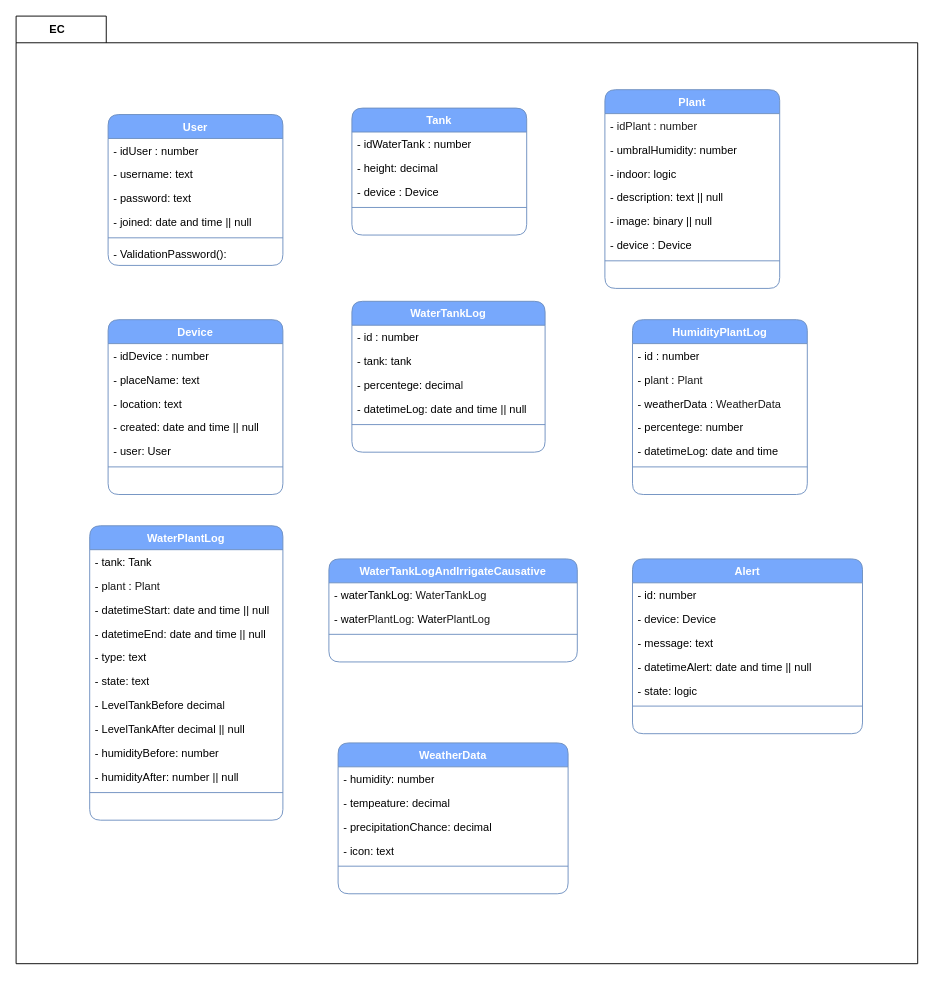
Agustin15/AquaControl keeps this draw.io diagram as Diagramas/ArquitecturaEnCapas.drawio. Above is the earlier version. Source tidied: cells renumbered, new cells numbered last; positions are measured from the earlier drawing's top-left corner, leaving out a move shared by most shapes. Both pictures are drawn from the tidied source at 92%, with x=0, y=0 at pixel (16, 16).
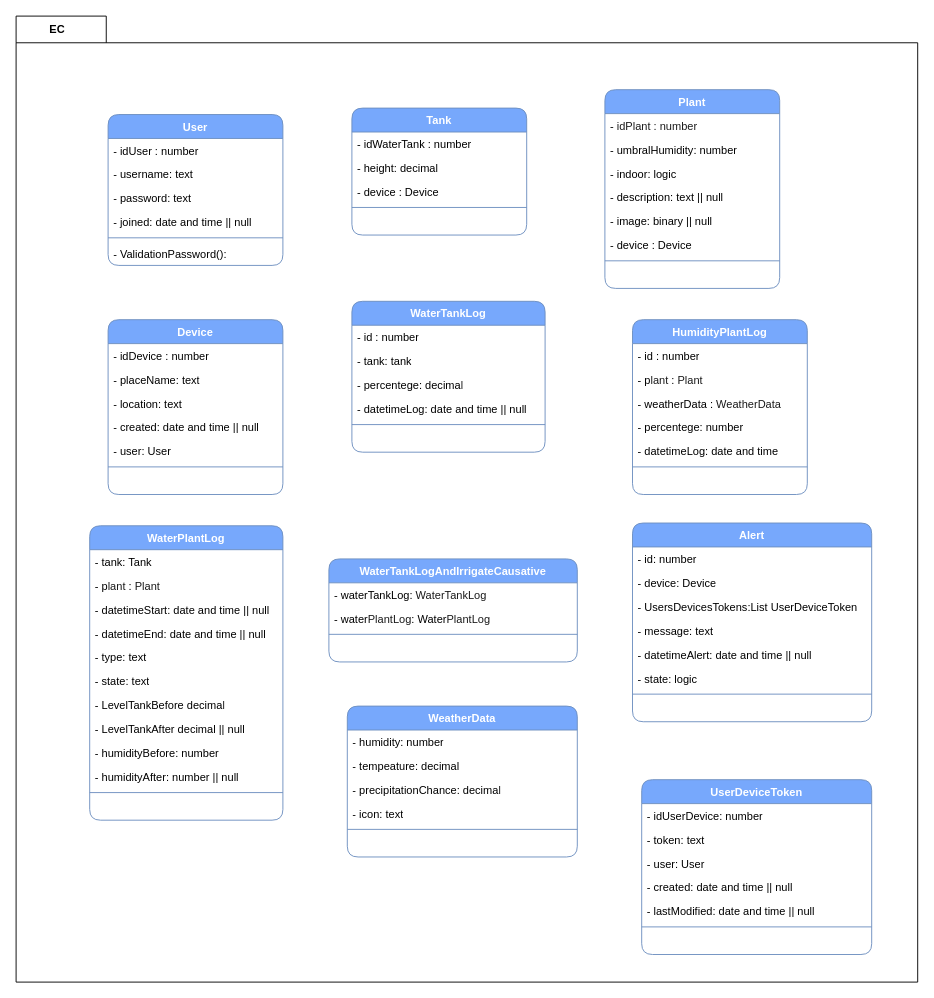
After the change.

The edit, as a diff of the source:
```diff
@@
     <mxCell id="2" style="shape=folder;fontStyle=1;spacingTop=10;tabWidth=86;tabHeight=29;tabPosition=left;html=1;whiteSpace=wrap;" parent="1" vertex="1">
-      <mxGeometry width="980" height="1030" as="geometry" />
+      <mxGeometry width="980" height="1050" as="geometry" />
     </mxCell>
@@
     <mxCell id="31" value="&lt;font style=&quot;color: rgb(255, 255, 255);&quot;&gt;Alert&lt;/font&gt;" style="swimlane;fontStyle=1;align=center;verticalAlign=top;horizontal=1;startSize=26;whiteSpace=wrap;html=1;rounded=1;fillColor=#77A8FC;strokeColor=#6c8ebf;" parent="1" vertex="1">
-      <mxGeometry x="670" y="590" width="250" height="190" as="geometry" />
+      <mxGeometry x="670" y="551" width="260" height="216" as="geometry" />
     </mxCell>
     <mxCell id="32" value="-&amp;nbsp;id: number" style="text;strokeColor=none;fillColor=none;align=left;verticalAlign=top;spacingLeft=4;spacingRight=4;overflow=hidden;whiteSpace=wrap;html=1;" parent="31" vertex="1">
-      <mxGeometry y="26" width="250" height="26" as="geometry" />
+      <mxGeometry y="26" width="260" height="26" as="geometry" />
     </mxCell>
     <mxCell id="33" value="- device: Device" style="text;strokeColor=none;fillColor=none;align=left;verticalAlign=top;spacingLeft=4;spacingRight=4;overflow=hidden;whiteSpace=wrap;html=1;" parent="31" vertex="1">
-      <mxGeometry y="52" width="250" height="26" as="geometry" />
+      <mxGeometry y="52" width="260" height="26" as="geometry" />
     </mxCell>
+    <mxCell id="82" value="- UsersDevicesTokens:List UserDeviceToken&amp;nbsp;" style="text;strokeColor=none;fillColor=none;align=left;verticalAlign=top;spacingLeft=4;spacingRight=4;overflow=hidden;whiteSpace=wrap;html=1;" parent="31" vertex="1">
+      <mxGeometry y="78" width="260" height="26" as="geometry" />
+    </mxCell>
     <mxCell id="34" value="-&amp;nbsp;message: text" style="text;strokeColor=none;fillColor=none;align=left;verticalAlign=top;spacingLeft=4;spacingRight=4;overflow=hidden;whiteSpace=wrap;html=1;" parent="31" vertex="1">
-      <mxGeometry y="78" width="250" height="26" as="geometry" />
+      <mxGeometry y="104" width="260" height="26" as="geometry" />
     </mxCell>
     <mxCell id="35" value="-&amp;nbsp;datetimeAlert: date and time || null" style="text;strokeColor=none;fillColor=none;align=left;verticalAlign=top;spacingLeft=4;spacingRight=4;overflow=hidden;whiteSpace=wrap;html=1;" parent="31" vertex="1">
-      <mxGeometry y="104" width="250" height="26" as="geometry" />
+      <mxGeometry y="130" width="260" height="26" as="geometry" />
     </mxCell>
     <mxCell id="36" value="-&amp;nbsp;state: logic" style="text;strokeColor=none;fillColor=none;align=left;verticalAlign=top;spacingLeft=4;spacingRight=4;overflow=hidden;whiteSpace=wrap;html=1;" parent="31" vertex="1">
-      <mxGeometry y="130" width="250" height="26" as="geometry" />
+      <mxGeometry y="156" width="260" height="26" as="geometry" />
     </mxCell>
     <mxCell id="37" style="line;strokeWidth=1;fillColor=none;align=left;verticalAlign=middle;spacingTop=-1;spacingLeft=3;spacingRight=3;labelPosition=right;strokeColor=inherit;" parent="31" vertex="1">
-      <mxGeometry y="156" width="250" height="8" as="geometry" />
+      <mxGeometry y="182" width="260" height="8" as="geometry" />
     </mxCell>
     <mxCell id="38" value="&amp;nbsp;" style="text;strokeColor=none;fillColor=none;align=left;verticalAlign=top;spacingLeft=4;spacingRight=4;overflow=hidden;whiteSpace=wrap;html=1;" parent="31" vertex="1">
-      <mxGeometry y="164" width="250" height="26" as="geometry" />
+      <mxGeometry y="190" width="260" height="26" as="geometry" />
     </mxCell>
@@
     <mxCell id="75" value="&lt;font style=&quot;color: rgb(255, 255, 255);&quot;&gt;WeatherData&lt;/font&gt;" style="swimlane;fontStyle=1;align=center;verticalAlign=top;horizontal=1;startSize=26;whiteSpace=wrap;html=1;rounded=1;fillColor=#77A8FC;strokeColor=#6c8ebf;" parent="1" vertex="1">
-      <mxGeometry x="350" y="790" width="250" height="164" as="geometry" />
+      <mxGeometry x="360" y="750" width="250" height="164" as="geometry" />
     </mxCell>
@@
+    <mxCell id="83" value="&lt;font color=&quot;#ffffff&quot;&gt;UserDeviceToken&lt;/font&gt;" style="swimlane;fontStyle=1;align=center;verticalAlign=top;horizontal=1;startSize=26;whiteSpace=wrap;html=1;rounded=1;fillColor=#77A8FC;strokeColor=#6c8ebf;" parent="1" vertex="1">
+      <mxGeometry x="680" y="830" width="250" height="190" as="geometry" />
+    </mxCell>
+    <mxCell id="84" value="-&amp;nbsp;idUserDevice: number" style="text;strokeColor=none;fillColor=none;align=left;verticalAlign=top;spacingLeft=4;spacingRight=4;overflow=hidden;whiteSpace=wrap;html=1;" parent="83" vertex="1">
+      <mxGeometry y="26" width="250" height="26" as="geometry" />
+    </mxCell>
+    <mxCell id="85" value="- token: text" style="text;strokeColor=none;fillColor=none;align=left;verticalAlign=top;spacingLeft=4;spacingRight=4;overflow=hidden;whiteSpace=wrap;html=1;" parent="83" vertex="1">
+      <mxGeometry y="52" width="250" height="26" as="geometry" />
+    </mxCell>
+    <mxCell id="86" value="- user: User" style="text;strokeColor=none;fillColor=none;align=left;verticalAlign=top;spacingLeft=4;spacingRight=4;overflow=hidden;whiteSpace=wrap;html=1;" parent="83" vertex="1">
+      <mxGeometry y="78" width="250" height="26" as="geometry" />
+    </mxCell>
+    <mxCell id="87" value="- created: date and time || null" style="text;strokeColor=none;fillColor=none;align=left;verticalAlign=top;spacingLeft=4;spacingRight=4;overflow=hidden;whiteSpace=wrap;html=1;" parent="83" vertex="1">
+      <mxGeometry y="104" width="250" height="26" as="geometry" />
+    </mxCell>
+    <mxCell id="88" value="- lastModified: date and time || null" style="text;strokeColor=none;fillColor=none;align=left;verticalAlign=top;spacingLeft=4;spacingRight=4;overflow=hidden;whiteSpace=wrap;html=1;" parent="83" vertex="1">
+      <mxGeometry y="130" width="250" height="26" as="geometry" />
+    </mxCell>
+    <mxCell id="89" style="line;strokeWidth=1;fillColor=none;align=left;verticalAlign=middle;spacingTop=-1;spacingLeft=3;spacingRight=3;labelPosition=right;strokeColor=inherit;" parent="83" vertex="1">
+      <mxGeometry y="156" width="250" height="8" as="geometry" />
+    </mxCell>
+    <mxCell id="90" value="&amp;nbsp;" style="text;strokeColor=none;fillColor=none;align=left;verticalAlign=top;spacingLeft=4;spacingRight=4;overflow=hidden;whiteSpace=wrap;html=1;" parent="83" vertex="1">
+      <mxGeometry y="164" width="250" height="26" as="geometry" />
+    </mxCell>
```
